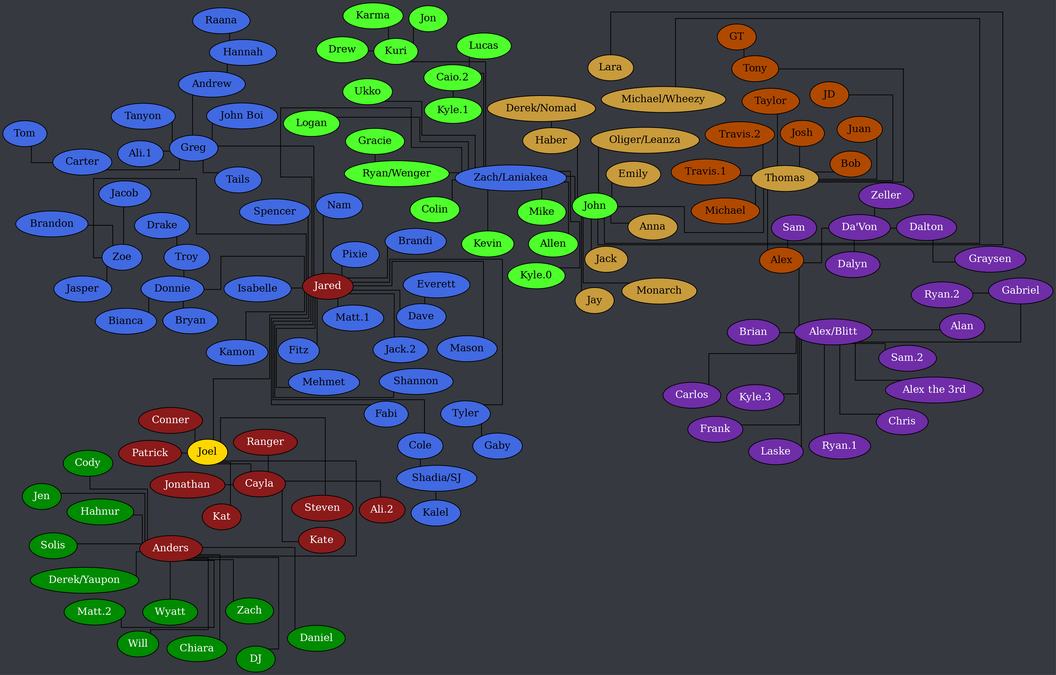
Before: tree.png, a diagram exported from Graphviz (Documidas/CoronaCatzFamilyTree). Its source is kept beside it as tree.dot.
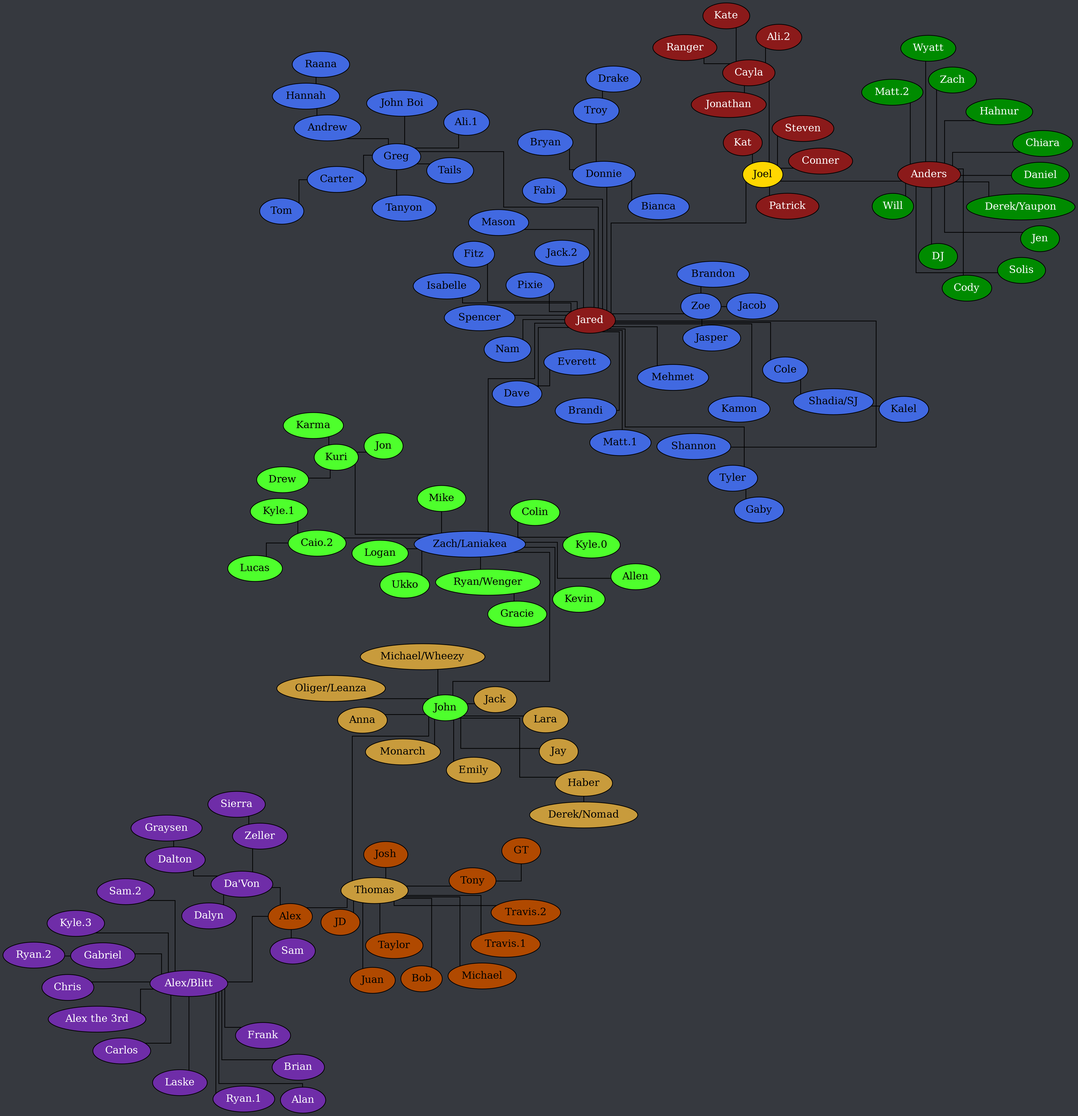
Later version of the same file.

Change to the diagram source:
```diff
@@ -171,5 +171,6 @@
 		"Da'Von" -- Zeller;
 		Dalton -- Graysen;
 		Gabriel -- "Ryan.2";
+		Zeller -- Sierra;
 	}
 }
```
